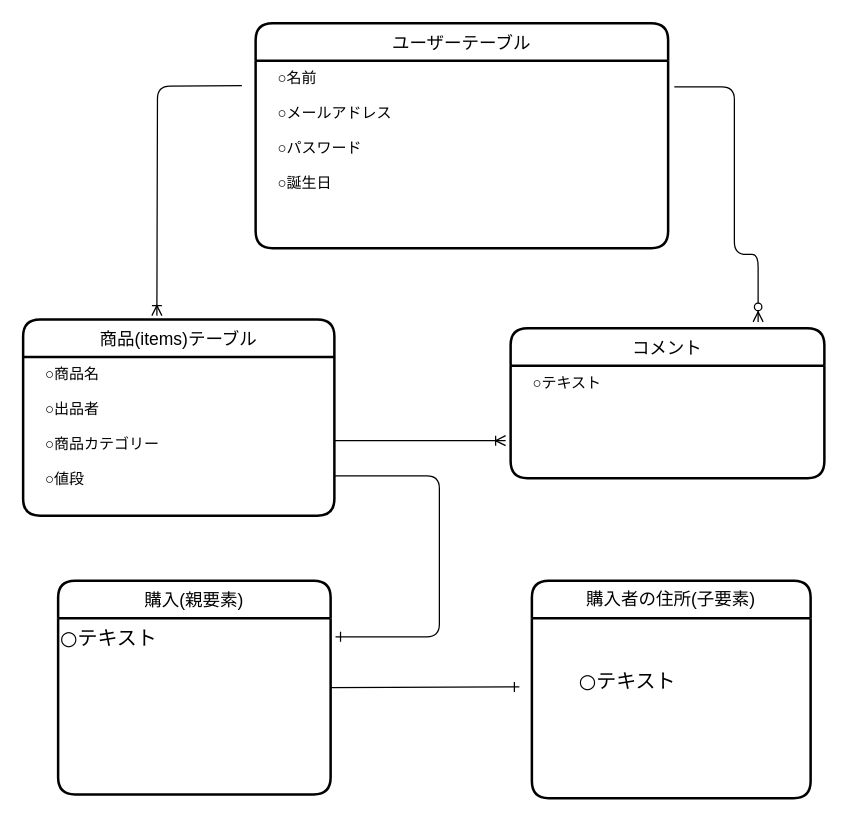
tetuyasan/furima-34438 keeps this draw.io diagram as test.dio. Above is the earlier version. Source tidied: cells renumbered, new cells numbered last; positions are measured from the earlier drawing's top-left corner, leaving out a move shared by most shapes. Both pictures are drawn from the tidied source at 125%, with x=0, y=0 at pixel (22, 22).
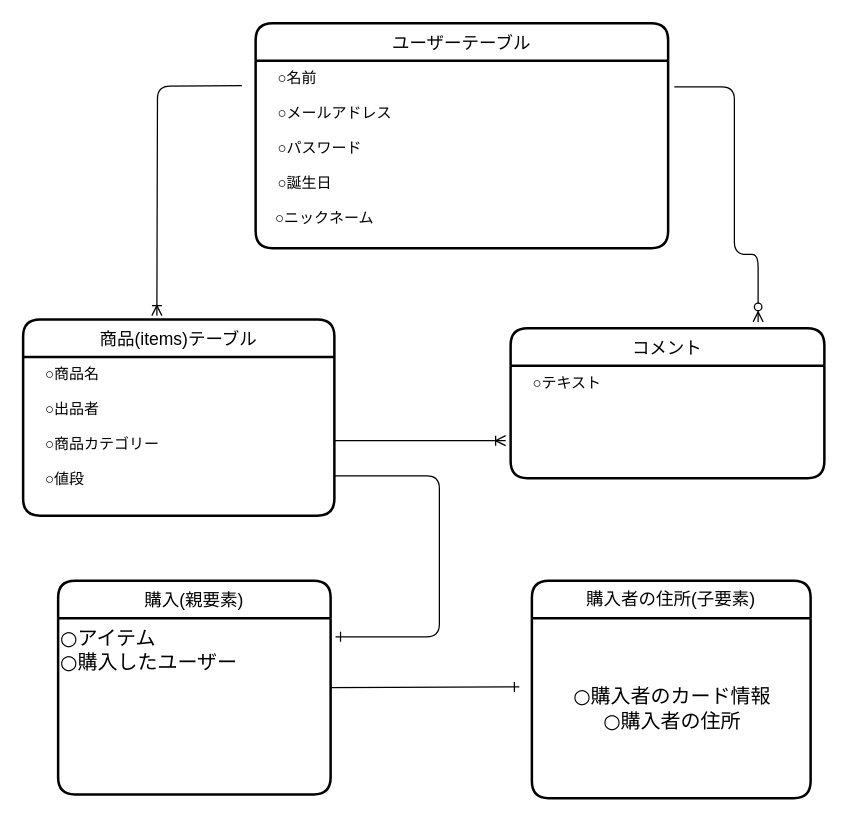
The same page after the edit.

The change refers to these unchanged cells:
```xml
<mxCell id="2" value="ユーザーテーブル" style="swimlane;horizontal=1;startSize=30;rounded=1;fontSize=14;fontStyle=0;strokeWidth=2;shadow=0;dashed=0;align=center;" parent="1" vertex="1">
  <mxGeometry x="186" width="330" height="180" as="geometry" />
</mxCell>
<mxCell id="8" value="購入(親要素)" style="swimlane;horizontal=1;startSize=30;rounded=1;fontSize=14;fontStyle=0;strokeWidth=2;shadow=0;dashed=0;align=center;sketch=0;" parent="1" vertex="1">
  <mxGeometry x="28" y="446" width="218" height="171" as="geometry" />
</mxCell>
<mxCell id="10" value="購入者の住所(子要素)" style="swimlane;horizontal=1;startSize=30;rounded=1;fontSize=14;fontStyle=0;strokeWidth=2;shadow=0;dashed=0;align=center;sketch=0;verticalAlign=top;" parent="1" vertex="1">
  <mxGeometry x="407" y="446" width="223" height="174" as="geometry" />
</mxCell>
```

Diff of the diagram source:
```diff
@@
-    <mxCell id="3" value="　○名前&#10;&#10;　○メールアドレス&#10;&#10;　○パスワード&#10;&#10;　○誕生日" style="align=left;strokeColor=none;fillColor=none;spacingLeft=4;fontSize=12;verticalAlign=top;" parent="2" vertex="1">
+    <mxCell id="3" value="　○名前&#10;&#10;　○メールアドレス&#10;&#10;　○パスワード&#10;&#10;　○誕生日&#10;&#10;   ○ニックネーム" style="align=left;strokeColor=none;fillColor=none;spacingLeft=4;fontSize=12;verticalAlign=top;" parent="2" vertex="1">
       <mxGeometry y="30" width="330" height="150" as="geometry" />
     </mxCell>
@@
-    <mxCell id="9" value="○テキスト&lt;br&gt;" style="text;html=1;align=left;verticalAlign=top;points=[];fontSize=16;fontFamily=Verdana;" parent="8" vertex="1">
+    <mxCell id="9" value="○アイテム&lt;br&gt;○購入したユーザー" style="text;html=1;align=left;verticalAlign=top;points=[];fontSize=16;fontFamily=Verdana;" parent="8" vertex="1">
       <mxGeometry y="30" width="218" height="141" as="geometry" />
     </mxCell>
@@
+    <mxCell id="17" value="○購入者のカード情報&lt;br&gt;○購入者の住所" style="text;html=1;align=center;verticalAlign=middle;fontSize=16;fontFamily=Verdana;" parent="10" vertex="1">
+      <mxGeometry y="30" width="223" height="144" as="geometry" />
+    </mxCell>
@@
-    <mxCell id="15" value="○テキスト&lt;br&gt;" style="text;html=1;align=left;verticalAlign=top;fontSize=16;fontFamily=Verdana;" parent="1" vertex="1">
-      <mxGeometry x="443" y="510" width="89" height="23" as="geometry" />
-    </mxCell>
```
